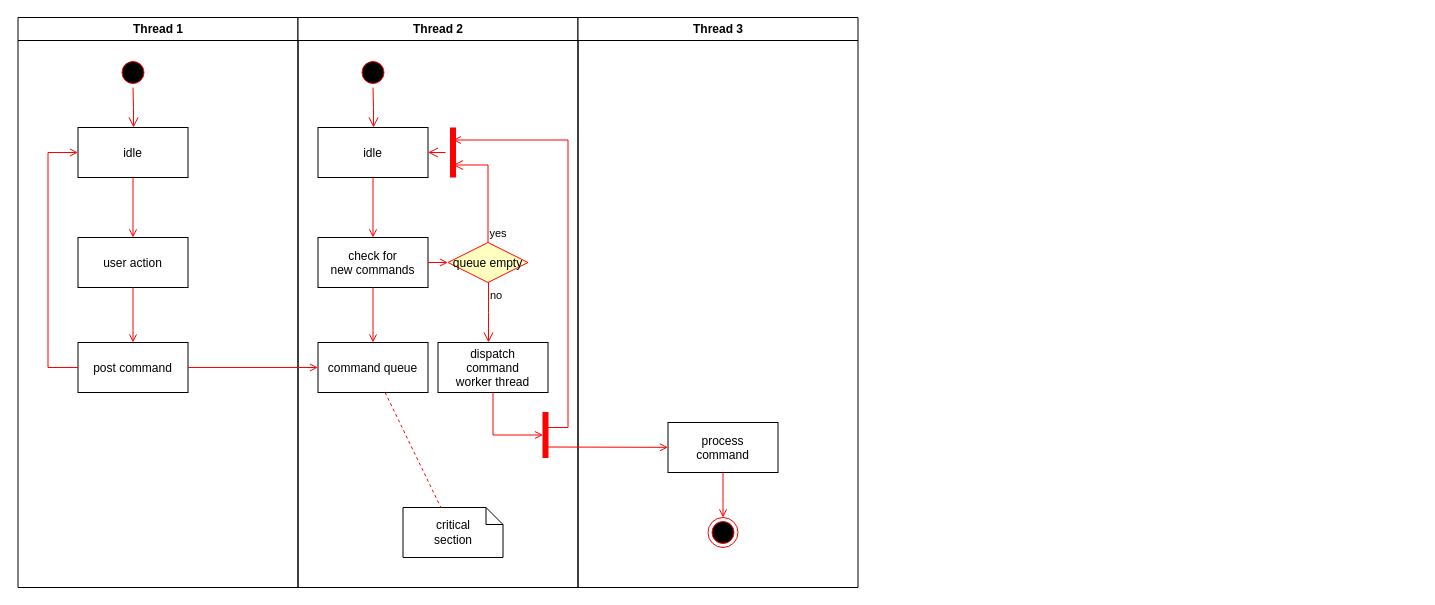
Earlier version of the draw.io diagram Diagrama sin título.drawio (omar-sanchez/curso-git). Source tidied: cells renumbered, new cells numbered last; positions are measured from the earlier drawing's top-left corner, leaving out a move shared by most shapes. Both pictures are drawn from the tidied source at 100%, with x=0, y=0 at pixel (17, 17).
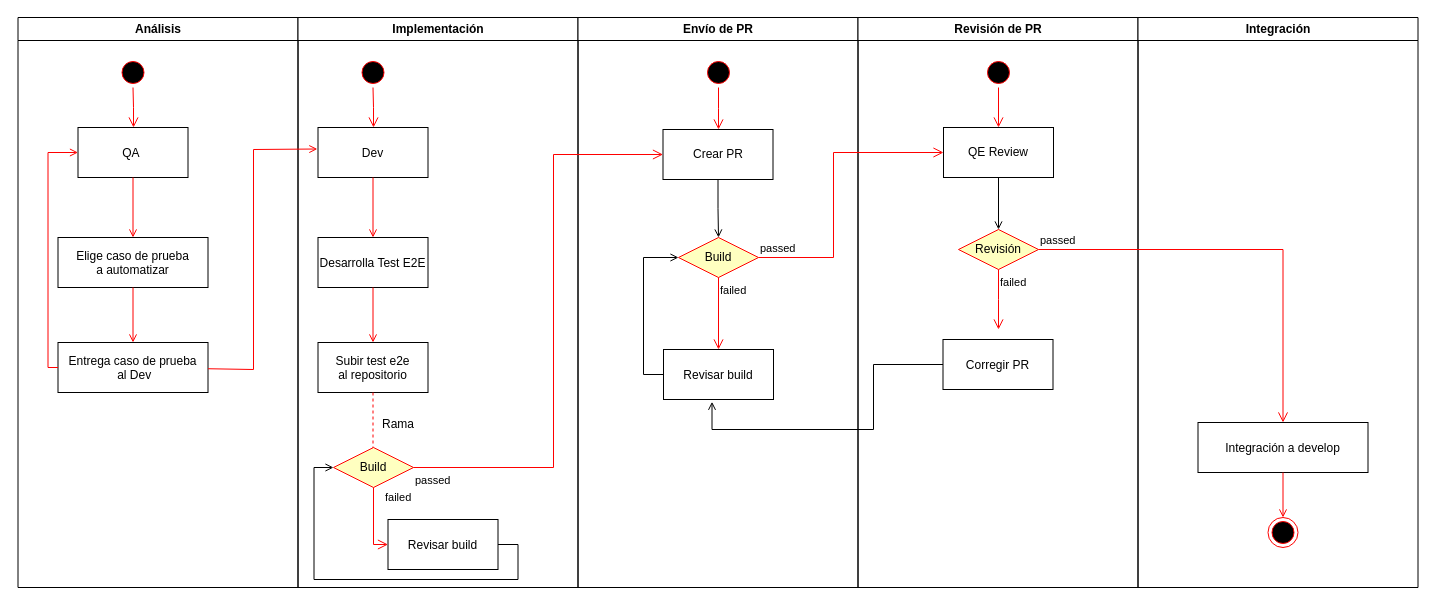
After the change.

The edit, as a diff of the source:
```diff
@@
-    <mxCell id="2" value="Thread 1" style="swimlane;whiteSpace=wrap;" parent="1" vertex="1">
+    <mxCell id="2" value="Análisis" style="swimlane;whiteSpace=wrap;" parent="1" vertex="1">
       <mxGeometry x="0.5" width="280" height="570" as="geometry" />
     </mxCell>
@@
-    <mxCell id="5" value="idle" parent="2" vertex="1">
+    <mxCell id="5" value="QA " parent="2" vertex="1">
       <mxGeometry x="60" y="110" width="110" height="50" as="geometry" />
     </mxCell>
-    <mxCell id="6" value="user action" parent="2" vertex="1">
-      <mxGeometry x="60" y="220" width="110" height="50" as="geometry" />
+    <mxCell id="6" value="Elige caso de prueba&#10;a automatizar" parent="2" vertex="1">
+      <mxGeometry x="40" y="220" width="150" height="50" as="geometry" />
     </mxCell>
@@
-    <mxCell id="8" value="post command" parent="2" vertex="1">
-      <mxGeometry x="60" y="325" width="110" height="50" as="geometry" />
+    <mxCell id="8" value="Entrega caso de prueba&#10; al Dev" parent="2" vertex="1">
+      <mxGeometry x="40" y="325" width="150" height="50" as="geometry" />
     </mxCell>
@@
-    <mxCell id="11" value="Thread 2" style="swimlane;whiteSpace=wrap;" parent="1" vertex="1">
+    <mxCell id="11" value="Implementación" style="swimlane;whiteSpace=wrap;" parent="1" vertex="1">
       <mxGeometry x="280.5" width="280" height="570" as="geometry" />
     </mxCell>
@@
-    <mxCell id="14" value="idle" parent="11" vertex="1">
+    <mxCell id="14" value="Dev" parent="11" vertex="1">
       <mxGeometry x="20" y="110" width="110" height="50" as="geometry" />
     </mxCell>
-    <mxCell id="15" value="check for &#10;new commands" parent="11" vertex="1">
+    <mxCell id="15" value="Desarrolla Test E2E" parent="11" vertex="1">
       <mxGeometry x="20" y="220" width="110" height="50" as="geometry" />
     </mxCell>
@@
-    <mxCell id="17" value="command queue" parent="11" vertex="1">
+    <mxCell id="17" value="Subir test e2e&#10;al repositorio" parent="11" vertex="1">
       <mxGeometry x="20" y="325" width="110" height="50" as="geometry" />
     </mxCell>
@@
-    <mxCell id="19" value="queue empty" style="rhombus;fillColor=#ffffc0;strokeColor=#ff0000;" parent="11" vertex="1">
-      <mxGeometry x="150" y="225" width="80" height="40" as="geometry" />
-    </mxCell>
-    <mxCell id="20" value="yes" style="edgeStyle=elbowEdgeStyle;elbow=horizontal;align=left;verticalAlign=bottom;endArrow=open;endSize=8;strokeColor=#FF0000;exitX=0.5;exitY=0;endFill=1;rounded=0;entryX=0.75;entryY=0.5;entryPerimeter=0;" parent="11" edge="1" source="19" target="23">
-      <mxGeometry x="-1" relative="1" as="geometry">
-        <Array as="points">
-          <mxPoint x="190" y="180" />
-        </Array>
-      </mxGeometry>
-    </mxCell>
-    <mxCell id="21" value="no" style="edgeStyle=elbowEdgeStyle;elbow=horizontal;align=left;verticalAlign=top;endArrow=open;endSize=8;strokeColor=#FF0000;endFill=1;rounded=0;" parent="11" edge="1" source="19" target="25">
-      <mxGeometry x="-1" relative="1" as="geometry" />
-    </mxCell>
-    <mxCell id="22" style="endArrow=open;strokeColor=#FF0000;endFill=1;rounded=0;" parent="11" edge="1" source="15" target="19">
-      <mxGeometry relative="1" as="geometry" />
-    </mxCell>
-    <mxCell id="23" style="shape=line;strokeWidth=6;strokeColor=#ff0000;rotation=90;" parent="11" vertex="1">
-      <mxGeometry x="130" y="127.5" width="50" height="15" as="geometry" />
-    </mxCell>
-    <mxCell id="24" style="edgeStyle=elbowEdgeStyle;elbow=horizontal;verticalAlign=bottom;endArrow=open;endSize=8;strokeColor=#FF0000;endFill=1;rounded=0;" parent="11" edge="1" source="23" target="14">
-      <mxGeometry x="130" y="90" as="geometry" />
-    </mxCell>
+    <mxCell id="27" style="endArrow=none;strokeColor=#FF0000;endFill=0;rounded=0;dashed=1;entryX=0.5;entryY=0;entryDx=0;entryDy=0;" parent="11" edge="1" source="17">
+      <mxGeometry relative="1" as="geometry">
+        <mxPoint x="75" y="432" as="targetPoint" />
+      </mxGeometry>
+    </mxCell>
+    <mxCell id="37" value="Build" style="rhombus;whiteSpace=wrap;html=1;fontColor=#000000;fillColor=#ffffc0;strokeColor=#ff0000;" parent="11" vertex="1">
+      <mxGeometry x="35.5" y="430" width="80" height="40" as="geometry" />
+    </mxCell>
+    <mxCell id="38" value="Rama" style="text;strokeColor=none;align=center;fillColor=none;html=1;verticalAlign=middle;whiteSpace=wrap;rounded=0;" parent="11" vertex="1">
+      <mxGeometry x="70" y="392" width="60" height="30" as="geometry" />
+    </mxCell>
+    <mxCell id="39" style="edgeStyle=orthogonalEdgeStyle;rounded=0;jettySize=auto;html=1;exitX=1;exitY=0.5;exitDx=0;exitDy=0;entryX=0;entryY=0.5;entryDx=0;entryDy=0;endArrow=open;endFill=0;strokeColor=light-dark(#000000,#FF9090);" parent="11" edge="1" source="25" target="37">
+      <mxGeometry relative="1" as="geometry">
+        <Array as="points">
+          <mxPoint x="220" y="527" />
+          <mxPoint x="220" y="562" />
+          <mxPoint x="16" y="562" />
+          <mxPoint x="16" y="450" />
+        </Array>
+      </mxGeometry>
+    </mxCell>
-    <mxCell id="25" value="dispatch&#10;command&#10;worker thread" parent="11" vertex="1">
-      <mxGeometry x="140" y="325" width="110" height="50" as="geometry" />
+    <mxCell id="25" value="Revisar build" parent="11" vertex="1">
+      <mxGeometry x="90" y="502" width="110" height="50" as="geometry" />
     </mxCell>
-    <mxCell id="26" value="critical&#10;section" style="shape=note;whiteSpace=wrap;size=17;" parent="11" vertex="1">
-      <mxGeometry x="105" y="490" width="100" height="50" as="geometry" />
-    </mxCell>
-    <mxCell id="27" style="endArrow=none;strokeColor=#FF0000;endFill=0;rounded=0;dashed=1;" parent="11" edge="1" source="17" target="26">
-      <mxGeometry relative="1" as="geometry" />
-    </mxCell>
-    <mxCell id="28" style="whiteSpace=wrap;strokeColor=#FF0000;fillColor=#FF0000;" parent="11" vertex="1">
-      <mxGeometry x="245" y="395" width="5" height="45" as="geometry" />
-    </mxCell>
-    <mxCell id="29" style="edgeStyle=elbowEdgeStyle;elbow=horizontal;entryX=0;entryY=0.5;strokeColor=#FF0000;endArrow=open;endFill=1;rounded=0;" parent="11" edge="1" source="25" target="28">
-      <mxGeometry relative="1" as="geometry">
-        <Array as="points">
-          <mxPoint x="195" y="400" />
-        </Array>
-      </mxGeometry>
-    </mxCell>
+    <mxCell id="40" value="failed" style="edgeStyle=orthogonalEdgeStyle;html=1;align=left;verticalAlign=bottom;endArrow=open;endSize=8;strokeColor=#ff0000;rounded=0;entryX=0;entryY=0.5;entryDx=0;entryDy=0;" parent="11" edge="1" source="37" target="25">
+      <mxGeometry x="-0.46" y="10" relative="1" as="geometry">
+        <Array as="points">
+          <mxPoint x="76" y="527" />
+        </Array>
+      </mxGeometry>
+    </mxCell>
-    <mxCell id="30" value="Thread 3" style="swimlane;whiteSpace=wrap;" parent="1" vertex="1">
+    <mxCell id="30" value="Envío de PR" style="swimlane;whiteSpace=wrap;" parent="1" vertex="1">
       <mxGeometry x="560.5" width="280" height="570" as="geometry" />
     </mxCell>
+    <mxCell id="41" style="edgeStyle=orthogonalEdgeStyle;rounded=0;jettySize=auto;html=1;exitX=0;exitY=0.5;exitDx=0;exitDy=0;entryX=0;entryY=0.5;entryDx=0;entryDy=0;strokeColor=light-dark(#000000,#FF9090);endArrow=open;endFill=0;" parent="30" edge="1" source="31" target="46">
+      <mxGeometry relative="1" as="geometry" />
+    </mxCell>
-    <mxCell id="31" value="process&#10;command" parent="30" vertex="1">
-      <mxGeometry x="90" y="405" width="110" height="50" as="geometry" />
+    <mxCell id="31" value="Revisar build" parent="30" vertex="1">
+      <mxGeometry x="85.5" y="332" width="110" height="50" as="geometry" />
     </mxCell>
-    <mxCell id="32" style="edgeStyle=elbowEdgeStyle;elbow=horizontal;strokeColor=#FF0000;endArrow=open;endFill=1;rounded=0;entryX=0.25;entryY=0.5;entryPerimeter=0;" parent="30" edge="1" target="23">
-      <mxGeometry relative="1" as="geometry">
-        <mxPoint x="-30" y="410" as="sourcePoint" />
-        <Array as="points">
-          <mxPoint x="-10" y="135" />
-        </Array>
-      </mxGeometry>
-    </mxCell>
-    <mxCell id="33" style="edgeStyle=none;strokeColor=#FF0000;endArrow=open;endFill=1;rounded=0;" parent="30" edge="1" target="31">
-      <mxGeometry relative="1" as="geometry">
-        <mxPoint x="-30" y="429.5" as="sourcePoint" />
-      </mxGeometry>
-    </mxCell>
+    <mxCell id="42" style="edgeStyle=orthogonalEdgeStyle;rounded=0;jettySize=auto;html=1;exitX=0.5;exitY=1;exitDx=0;exitDy=0;entryX=0.5;entryY=0;entryDx=0;entryDy=0;endArrow=open;endFill=0;strokeColor=light-dark(#000000,#FF9090);" parent="30" edge="1" source="43" target="46">
+      <mxGeometry relative="1" as="geometry" />
+    </mxCell>
+    <mxCell id="43" value="Crear PR" style="html=1;whiteSpace=wrap;" parent="30" vertex="1">
+      <mxGeometry x="85" y="112" width="110" height="50" as="geometry" />
+    </mxCell>
+    <mxCell id="44" style="ellipse;html=1;shape=startState;fillColor=#000000;strokeColor=#ff0000;" parent="30" vertex="1">
+      <mxGeometry x="125.5" y="40" width="30" height="30" as="geometry" />
+    </mxCell>
+    <mxCell id="45" style="edgeStyle=orthogonalEdgeStyle;html=1;verticalAlign=bottom;endArrow=open;endSize=8;strokeColor=#ff0000;rounded=0;" parent="30" edge="1" source="44">
+      <mxGeometry relative="1" as="geometry">
+        <mxPoint x="140.5" y="112" as="targetPoint" />
+      </mxGeometry>
+    </mxCell>
+    <mxCell id="46" value="Build" style="rhombus;whiteSpace=wrap;html=1;fontColor=#000000;fillColor=#ffffc0;strokeColor=#ff0000;" parent="30" vertex="1">
+      <mxGeometry x="100.5" y="220" width="80" height="40" as="geometry" />
+    </mxCell>
+    <mxCell id="47" value="failed" style="edgeStyle=orthogonalEdgeStyle;html=1;align=left;verticalAlign=top;endArrow=open;endSize=8;strokeColor=#ff0000;rounded=0;entryX=0.5;entryY=0;entryDx=0;entryDy=0;" parent="30" edge="1" source="46" target="31">
+      <mxGeometry x="-1" relative="1" as="geometry" />
+    </mxCell>
+    <mxCell id="36" style="endArrow=open;strokeColor=#FF0000;endFill=1;rounded=0;entryX=-0.006;entryY=0.43;entryDx=0;entryDy=0;entryPerimeter=0;" parent="1" edge="1" source="8" target="14">
+      <mxGeometry relative="1" as="geometry">
+        <Array as="points">
+          <mxPoint x="236" y="352" />
+          <mxPoint x="236" y="132" />
+        </Array>
+      </mxGeometry>
+    </mxCell>
+    <mxCell id="48" value="Revisión de PR" style="swimlane;whiteSpace=wrap;" parent="1" vertex="1">
+      <mxGeometry x="840.5" width="280" height="570" as="geometry" />
+    </mxCell>
+    <mxCell id="49" value="Corregir PR" parent="48" vertex="1">
+      <mxGeometry x="85" y="322" width="110" height="50" as="geometry" />
+    </mxCell>
+    <mxCell id="50" style="ellipse;html=1;shape=startState;fillColor=#000000;strokeColor=#ff0000;" parent="48" vertex="1">
+      <mxGeometry x="125.5" y="40" width="30" height="30" as="geometry" />
+    </mxCell>
+    <mxCell id="51" style="edgeStyle=orthogonalEdgeStyle;html=1;verticalAlign=bottom;endArrow=open;endSize=8;strokeColor=#ff0000;rounded=0;entryX=0.5;entryY=0;entryDx=0;entryDy=0;" parent="48" edge="1" source="50" target="53">
+      <mxGeometry relative="1" as="geometry" />
+    </mxCell>
+    <mxCell id="52" style="edgeStyle=orthogonalEdgeStyle;rounded=0;jettySize=auto;html=1;exitX=0.5;exitY=1;exitDx=0;exitDy=0;entryX=0.5;entryY=0;entryDx=0;entryDy=0;strokeColor=light-dark(#000000,#FF9090);endArrow=open;endFill=0;" parent="48" edge="1" source="53" target="54">
+      <mxGeometry relative="1" as="geometry" />
+    </mxCell>
+    <mxCell id="53" value="QE Review" style="html=1;whiteSpace=wrap;" parent="48" vertex="1">
+      <mxGeometry x="85.5" y="110" width="110" height="50" as="geometry" />
+    </mxCell>
+    <mxCell id="54" value="Revisión" style="rhombus;whiteSpace=wrap;html=1;fontColor=#000000;fillColor=#ffffc0;strokeColor=#ff0000;" parent="48" vertex="1">
+      <mxGeometry x="100.5" y="212" width="80" height="40" as="geometry" />
+    </mxCell>
+    <mxCell id="55" value="failed" style="edgeStyle=orthogonalEdgeStyle;html=1;align=left;verticalAlign=top;endArrow=open;endSize=8;strokeColor=#ff0000;rounded=0;" parent="48" edge="1" source="54">
+      <mxGeometry x="-1" relative="1" as="geometry">
+        <mxPoint x="140.5" y="312" as="targetPoint" />
+      </mxGeometry>
+    </mxCell>
+    <mxCell id="56" value="Integración" style="swimlane;whiteSpace=wrap;" parent="1" vertex="1">
+      <mxGeometry x="1120.5" width="280" height="570" as="geometry" />
+    </mxCell>
+    <mxCell id="57" value="Integración a develop" parent="56" vertex="1">
+      <mxGeometry x="60" y="405" width="170" height="50" as="geometry" />
+    </mxCell>
-    <mxCell id="34" style="ellipse;shape=endState;fillColor=#000000;strokeColor=#ff0000;" parent="30" vertex="1">
+    <mxCell id="34" style="ellipse;shape=endState;fillColor=#000000;strokeColor=#ff0000;" parent="56" vertex="1">
       <mxGeometry x="130" y="500" width="30" height="30" as="geometry" />
     </mxCell>
-    <mxCell id="35" style="endArrow=open;strokeColor=#FF0000;endFill=1;rounded=0;" parent="30" edge="1" source="31" target="34">
-      <mxGeometry relative="1" as="geometry" />
-    </mxCell>
-    <mxCell id="36" style="endArrow=open;strokeColor=#FF0000;endFill=1;rounded=0;" parent="1" edge="1" source="8" target="17">
-      <mxGeometry relative="1" as="geometry" />
-    </mxCell>
+    <mxCell id="58" style="endArrow=open;strokeColor=#FF0000;endFill=1;rounded=0;" parent="56" edge="1" source="57" target="34">
+      <mxGeometry relative="1" as="geometry" />
+    </mxCell>
+    <mxCell id="59" value="passed" style="edgeStyle=orthogonalEdgeStyle;html=1;align=left;verticalAlign=top;endArrow=open;endSize=8;strokeColor=#ff0000;rounded=0;entryX=0;entryY=0.5;entryDx=0;entryDy=0;" parent="1" edge="1" source="37" target="43">
+      <mxGeometry x="-1" relative="1" as="geometry">
+        <Array as="points">
+          <mxPoint x="536" y="450" />
+          <mxPoint x="536" y="137" />
+        </Array>
+      </mxGeometry>
+    </mxCell>
+    <mxCell id="60" value="passed" style="edgeStyle=orthogonalEdgeStyle;html=1;align=left;verticalAlign=bottom;endArrow=open;endSize=8;strokeColor=#FF0000;rounded=0;entryX=0;entryY=0.5;entryDx=0;entryDy=0;" parent="1" edge="1" source="46" target="53">
+      <mxGeometry x="-1" relative="1" as="geometry">
+        <Array as="points">
+          <mxPoint x="816" y="240" />
+          <mxPoint x="816" y="135" />
+        </Array>
+      </mxGeometry>
+    </mxCell>
+    <mxCell id="61" style="edgeStyle=orthogonalEdgeStyle;rounded=0;jettySize=auto;html=1;exitX=0;exitY=0.5;exitDx=0;exitDy=0;entryX=0.441;entryY=1.046;entryDx=0;entryDy=0;strokeColor=light-dark(#000000,#FF9090);endArrow=open;endFill=0;entryPerimeter=0;" parent="1" edge="1" source="49" target="31">
+      <mxGeometry relative="1" as="geometry">
+        <Array as="points">
+          <mxPoint x="856" y="347" />
+          <mxPoint x="856" y="412" />
+          <mxPoint x="695" y="412" />
+        </Array>
+      </mxGeometry>
+    </mxCell>
+    <mxCell id="62" value="passed" style="edgeStyle=orthogonalEdgeStyle;html=1;align=left;verticalAlign=bottom;endArrow=open;endSize=8;strokeColor=#ff0000;rounded=0;entryX=0.5;entryY=0;entryDx=0;entryDy=0;" parent="1" edge="1" source="54" target="57">
+      <mxGeometry x="-1" relative="1" as="geometry" />
+    </mxCell>
```
